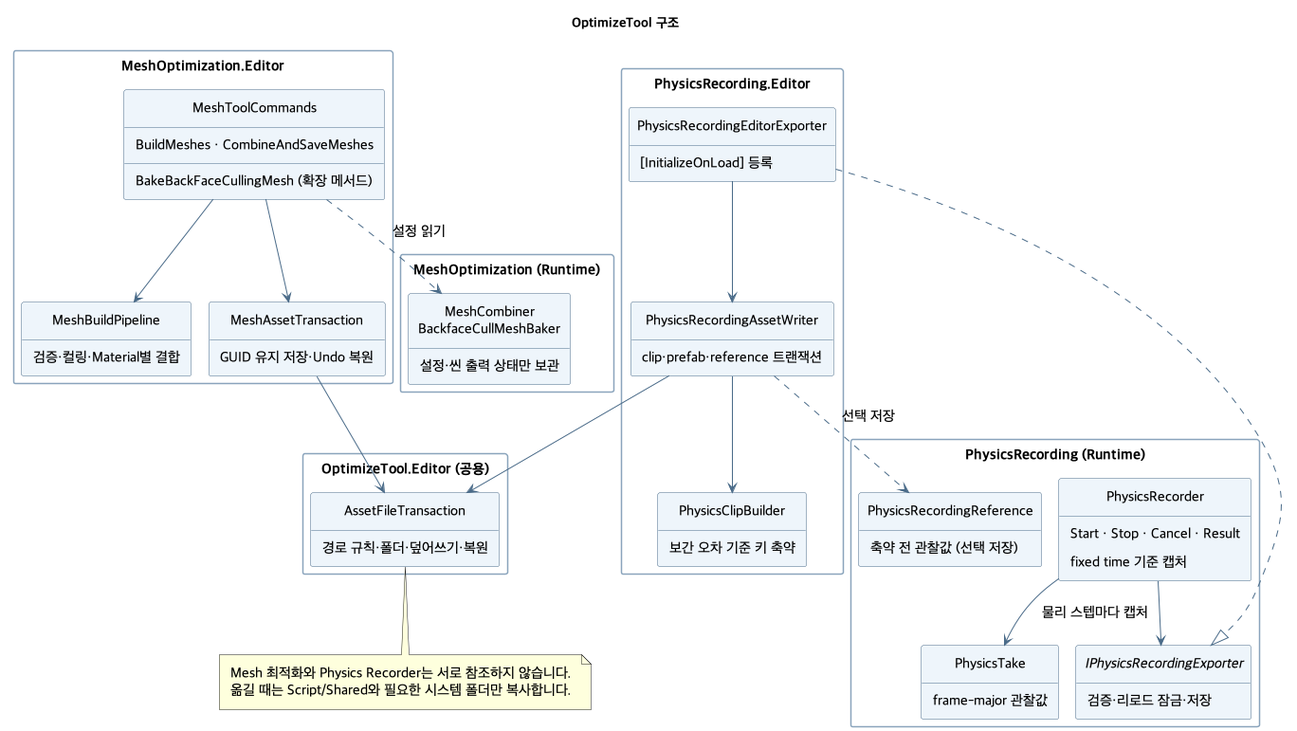
The PlantUML diagram ToyProject/Assets/_OptimizeTool/Docs/Images/optimizetool-structure.png in youwonsock/tool-unity-editor, before a commit. Source of this version:
```plantuml
@startuml optimizetool-structure
!pragma layout smetana
skinparam shadowing false
skinparam defaultFontName "Apple SD Gothic Neo"
skinparam defaultFontSize 15
skinparam ArrowColor #496A88
skinparam Padding 6
skinparam classBackgroundColor #EEF5FB
skinparam classBorderColor #496A88
skinparam packageBorderColor #8AA4BC
skinparam packageStyle rectangle
hide empty members
hide circle
set separator none
title OptimizeTool 구조

package "MeshOptimization (Runtime)" {
  class "MeshCombiner\nBackfaceCullMeshBaker" as MeshComponents {
    설정·씬 출력 상태만 보관
  }
}

package "MeshOptimization.Editor" {
  class MeshToolCommands {
    BuildMeshes · CombineAndSaveMeshes
    BakeBackFaceCullingMesh (확장 메서드)
  }
  class MeshBuildPipeline {
    검증·컬링·Material별 결합
  }
  class MeshAssetTransaction {
    GUID 유지 저장·Undo 복원
  }
}

package "PhysicsRecording (Runtime)" {
  class PhysicsRecorder {
    Start · Stop · Cancel · Result
    fixed time 기준 캡처
  }
  class PhysicsTake {
    frame-major 관찰값
  }
  interface IPhysicsRecordingExporter {
    검증·리로드 잠금·저장
  }
  class PhysicsRecordingReference {
    축약 전 관찰값 (선택 저장)
  }
}

package "PhysicsRecording.Editor" {
  class PhysicsRecordingEditorExporter {
    [InitializeOnLoad] 등록
  }
  class PhysicsRecordingAssetWriter {
    clip·prefab·reference 트랜잭션
  }
  class PhysicsClipBuilder {
    보간 오차 기준 키 축약
  }
}

package "OptimizeTool.Editor (공용)" {
  class AssetFileTransaction {
    경로 규칙·폴더·덮어쓰기·복원
  }
}

MeshToolCommands ..> MeshComponents : 설정 읽기
MeshToolCommands --> MeshBuildPipeline
MeshToolCommands --> MeshAssetTransaction
MeshAssetTransaction --> AssetFileTransaction

PhysicsRecorder --> PhysicsTake : 물리 스텝마다 캡처
PhysicsRecorder --> IPhysicsRecordingExporter
PhysicsRecordingEditorExporter ..|> IPhysicsRecordingExporter
PhysicsRecordingEditorExporter --> PhysicsRecordingAssetWriter
PhysicsRecordingAssetWriter --> PhysicsClipBuilder
PhysicsRecordingAssetWriter ..> PhysicsRecordingReference : 선택 저장
PhysicsRecordingAssetWriter --> AssetFileTransaction

note bottom of AssetFileTransaction
Mesh 최적화와 Physics Recorder는 서로 참조하지 않습니다.
옮길 때는 Script/Shared와 필요한 시스템 폴더만 복사합니다.
end note
@enduml
```
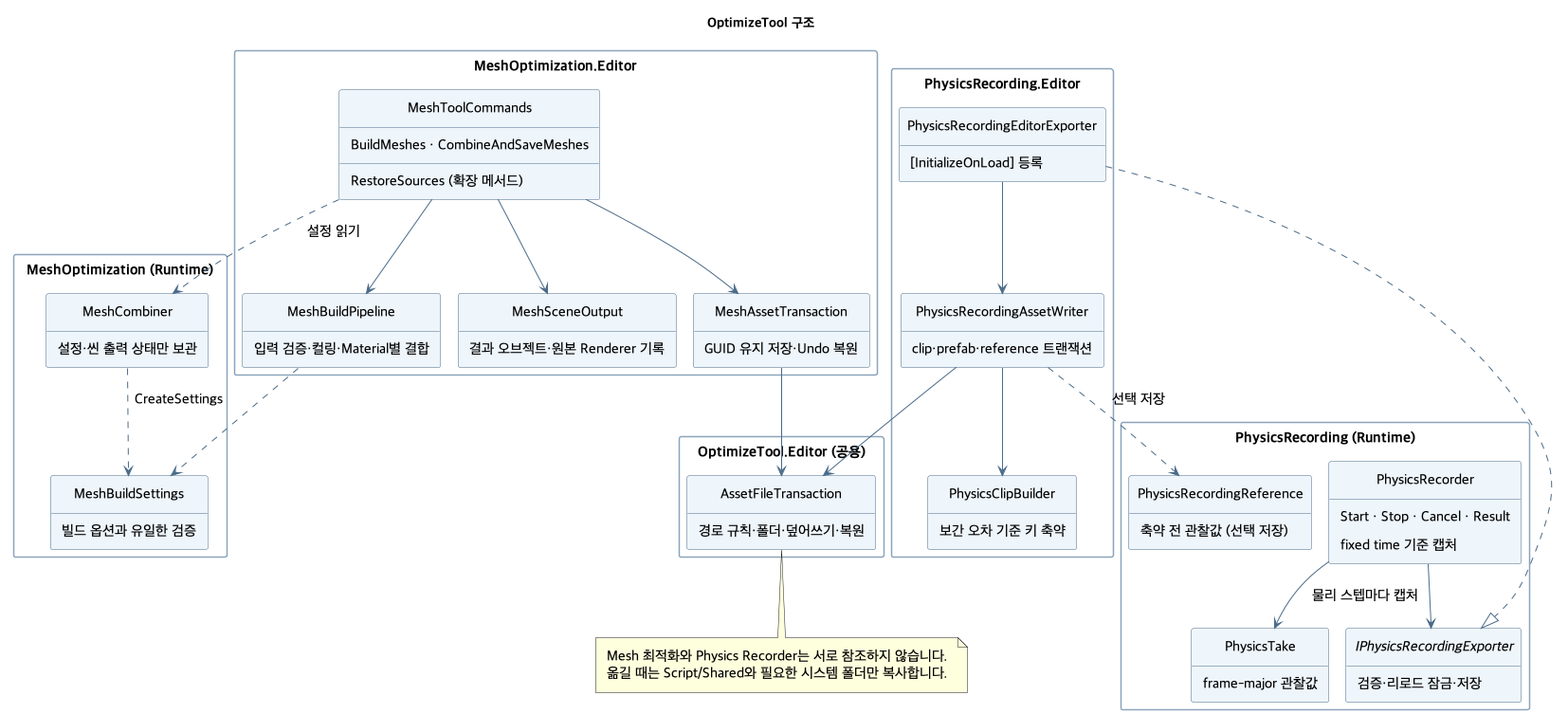
The same file after the commit.

Commit message:
쓰이지 않는 녹화 메시 그룹과 에셋을 지우고 구조도를 새 구조로 갱신함

What changed in the source:
```diff
@@ -15,18 +15,24 @@
 title OptimizeTool 구조
 
 package "MeshOptimization (Runtime)" {
-  class "MeshCombiner\nBackfaceCullMeshBaker" as MeshComponents {
+  class "MeshCombiner" as MeshComponents {
     설정·씬 출력 상태만 보관
+  }
+  class MeshBuildSettings {
+    빌드 옵션과 유일한 검증
   }
 }
 
 package "MeshOptimization.Editor" {
   class MeshToolCommands {
     BuildMeshes · CombineAndSaveMeshes
-    BakeBackFaceCullingMesh (확장 메서드)
+    RestoreSources (확장 메서드)
   }
   class MeshBuildPipeline {
-    검증·컬링·Material별 결합
+    입력 검증·컬링·Material별 결합
+  }
+  class MeshSceneOutput {
+    결과 오브젝트·원본 Renderer 기록
   }
   class MeshAssetTransaction {
     GUID 유지 저장·Undo 복원
@@ -68,7 +74,10 @@
 }
 
 MeshToolCommands ..> MeshComponents : 설정 읽기
+MeshComponents ..> MeshBuildSettings : CreateSettings
 MeshToolCommands --> MeshBuildPipeline
+MeshBuildPipeline ..> MeshBuildSettings
+MeshToolCommands --> MeshSceneOutput
 MeshToolCommands --> MeshAssetTransaction
 MeshAssetTransaction --> AssetFileTransaction
 
```
